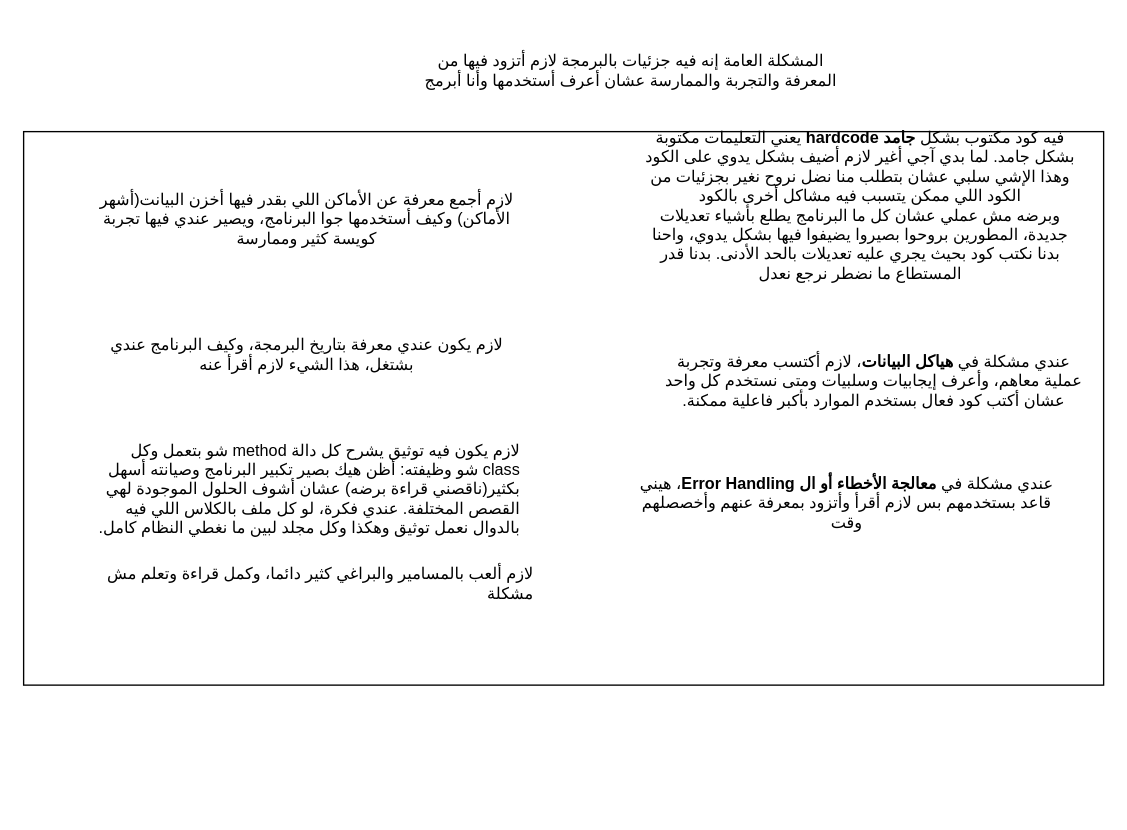
This is page "مشاكل الكود اللي بكتبه" (4 of 6) of ToDoList App.drawio from AbdallahDaradkeh-1/ToDoList-App, a draw.io file, before an edit. Source tidied: cells renumbered, new cells numbered last; positions are measured from the earlier drawing's top-left corner, leaving out a move shared by most shapes. Both pictures are drawn from the tidied source at 135%, with x=0, y=0 at pixel (23, 23).
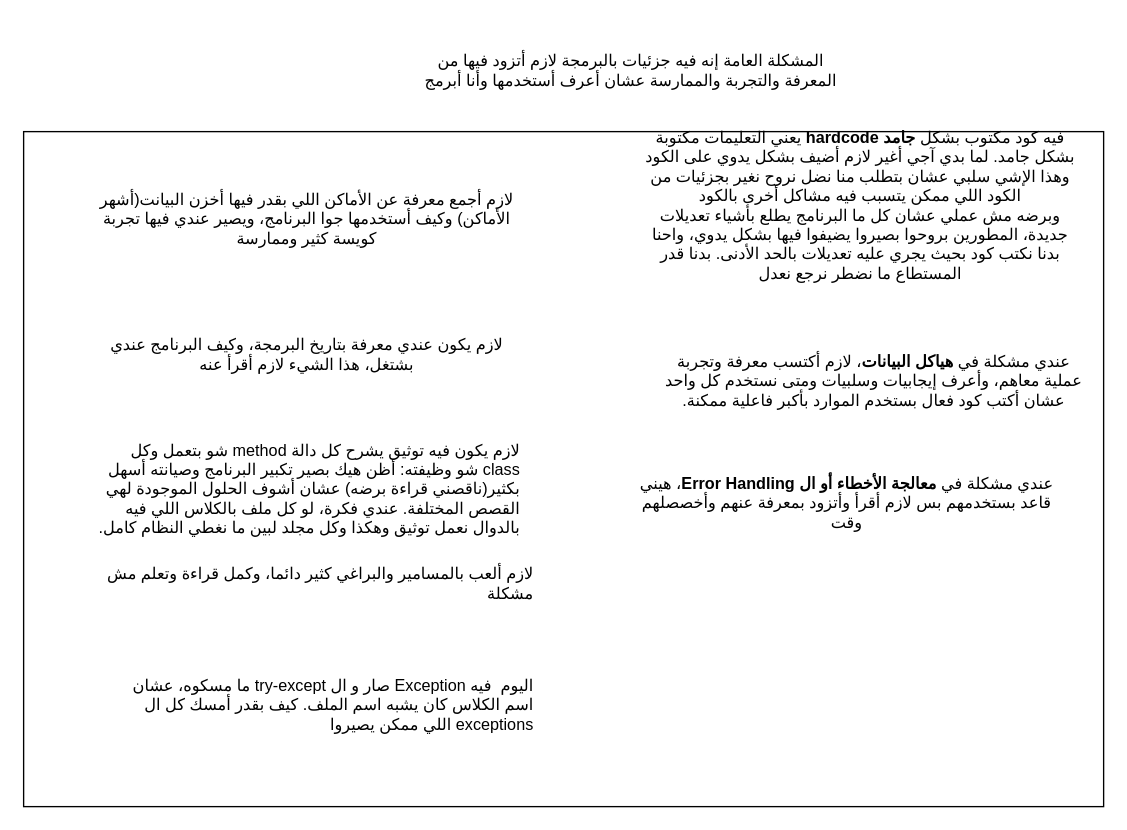
The same diagram, later.

The edit, as a diff of the source:
```diff
@@
 <mxGraphModel>
   <root>
     <mxCell id="0" />
     <mxCell id="1" parent="0" />
     <mxCell id="2" style="rounded=0;whiteSpace=wrap;html=1;" parent="1" vertex="1">
-      <mxGeometry y="80" width="800" height="410" as="geometry" />
+      <mxGeometry y="80" width="800" height="500" as="geometry" />
     </mxCell>
     <mxCell id="3" value="&lt;div style=&quot;direction: rtl;&quot;&gt;&lt;span style=&quot;background-color: transparent; color: light-dark(rgb(0, 0, 0), rgb(255, 255, 255));&quot;&gt;فيه كود مكتوب بشكل &lt;b&gt;جامد &lt;/b&gt;&lt;b&gt;hardcode &lt;/b&gt;يعني التعليمات مكتوبة بشكل جامد. لما بدي آجي أغير لازم أضيف بشكل يدوي على الكود وهذا الإشي سلبي عشان بتطلب منا نضل نروح نغير بجزئيات من الكود اللي ممكن يتسبب فيه مشاكل أخرى بالكود&lt;br&gt;وبرضه مش عملي عشان كل ما البرنامج يطلع بأشياء تعديلات جديدة، المطورين بروحوا بصيروا يضيفوا فيها بشكل يدوي، واحنا بدنا نكتب كود بحيث يجري عليه تعديلات بالحد الأدنى. بدنا قدر المستطاع ما نضطر نرجع نعدل&lt;/span&gt;&lt;/div&gt;" style="text;html=1;whiteSpace=wrap;strokeColor=none;fillColor=none;align=center;verticalAlign=middle;rounded=0;" parent="1" vertex="1">
       <mxGeometry x="460" y="100" width="320" height="70" as="geometry" />
     </mxCell>
     <mxCell id="4" value="&lt;div style=&quot;direction: rtl;&quot;&gt;&lt;span style=&quot;background-color: transparent; color: light-dark(rgb(0, 0, 0), rgb(255, 255, 255));&quot;&gt;عندي مشكلة في &lt;b&gt;معالجة الأخطاء أو ال Error Handling&lt;/b&gt;، هيني قاعد بستخدمهم بس لازم أقرأ وأتزود بمعرفة عنهم وأخصصلهم وقت&lt;/span&gt;&lt;/div&gt;" style="text;html=1;whiteSpace=wrap;strokeColor=none;fillColor=none;align=center;verticalAlign=middle;rounded=0;" parent="1" vertex="1">
       <mxGeometry x="450" y="320" width="320" height="70" as="geometry" />
     </mxCell>
     <mxCell id="5" value="&lt;div style=&quot;direction: rtl;&quot;&gt;&lt;span style=&quot;background-color: transparent; color: light-dark(rgb(0, 0, 0), rgb(255, 255, 255));&quot;&gt;عندي مشكلة في &lt;b&gt;هياكل البيانات&lt;/b&gt;، لازم أكتسب معرفة وتجربة عملية معاهم، وأعرف إيجابيات وسلبيات ومتى نستخدم كل واحد عشان أكتب كود فعال بستخدم الموارد بأكبر فاعلية ممكنة.&lt;/span&gt;&lt;/div&gt;" style="text;html=1;whiteSpace=wrap;strokeColor=none;fillColor=none;align=center;verticalAlign=middle;rounded=0;" parent="1" vertex="1">
       <mxGeometry x="470" y="230" width="320" height="70" as="geometry" />
     </mxCell>
     <mxCell id="6" value="&lt;div style=&quot;direction: rtl;&quot;&gt;المشكلة العامة إنه فيه جزئيات بالبرمجة لازم أتزود فيها من المعرفة والتجربة والممارسة عشان أعرف أستخدمها وأنا أبرمج&lt;/div&gt;" style="text;html=1;whiteSpace=wrap;strokeColor=none;fillColor=none;align=center;verticalAlign=middle;rounded=0;" parent="1" vertex="1">
       <mxGeometry x="290" width="320" height="70" as="geometry" />
     </mxCell>
     <mxCell id="7" value="&lt;div style=&quot;direction: rtl;&quot;&gt;لازم أجمع معرفة عن الأماكن اللي بقدر فيها أخزن البيانت(أشهر الأماكن) وكيف أستخدمها جوا البرنامج، ويصير عندي فيها تجربة كويسة كثير وممارسة&lt;/div&gt;" style="text;html=1;whiteSpace=wrap;strokeColor=none;fillColor=none;align=center;verticalAlign=middle;rounded=0;" parent="1" vertex="1">
       <mxGeometry x="50" y="110" width="320" height="70" as="geometry" />
     </mxCell>
     <mxCell id="8" value="لازم يكون عندي معرفة بتاريخ البرمجة، وكيف البرنامج عندي بشتغل، هذا الشيء لازم أقرأ عنه" style="text;html=1;whiteSpace=wrap;strokeColor=none;fillColor=none;align=center;verticalAlign=middle;rounded=0;" parent="1" vertex="1">
       <mxGeometry x="50" y="210" width="320" height="70" as="geometry" />
     </mxCell>
     <mxCell id="9" value="&lt;div style=&quot;direction: rtl;&quot;&gt;لازم يكون فيه توثيق يشرح كل دالة method شو بتعمل وكل class شو وظيفته: أظن هيك بصير تكبير البرنامج وصيانته أسهل بكثير(ناقصني قراءة برضه) عشان أشوف الحلول الموجودة لهي القصص المختلفة. عندي فكرة، لو كل ملف بالكلاس اللي فيه بالدوال نعمل توثيق وهكذا وكل مجلد لبين ما نغطي النظام كامل.&lt;/div&gt;" style="text;html=1;whiteSpace=wrap;strokeColor=none;fillColor=none;align=right;verticalAlign=middle;rounded=0;" parent="1" vertex="1">
       <mxGeometry x="50" y="310" width="320" height="70" as="geometry" />
     </mxCell>
     <mxCell id="10" value="لازم ألعب بالمسامير والبراغي كثير دائما، وكمل قراءة وتعلم مش مشكلة" style="text;html=1;whiteSpace=wrap;strokeColor=none;fillColor=none;align=right;verticalAlign=middle;rounded=0;" parent="1" vertex="1">
       <mxGeometry x="60" y="380" width="320" height="70" as="geometry" />
     </mxCell>
+    <mxCell id="11" value="&lt;div style=&quot;direction: rtl;&quot;&gt;&lt;span style=&quot;background-color: transparent; color: light-dark(rgb(0, 0, 0), rgb(255, 255, 255));&quot;&gt;اليوم&amp;nbsp; فيه Exception صار و ال try-except ما مسكوه، عشان اسم الكلاس كان يشبه اسم الملف. كيف بقدر أمسك كل ال exceptions اللي ممكن يصيروا&lt;/span&gt;&lt;/div&gt;" style="text;html=1;whiteSpace=wrap;strokeColor=none;fillColor=none;align=right;verticalAlign=middle;rounded=0;" parent="1" vertex="1">
+      <mxGeometry x="60" y="470" width="320" height="70" as="geometry" />
+    </mxCell>
   </root>
 </mxGraphModel>
```
